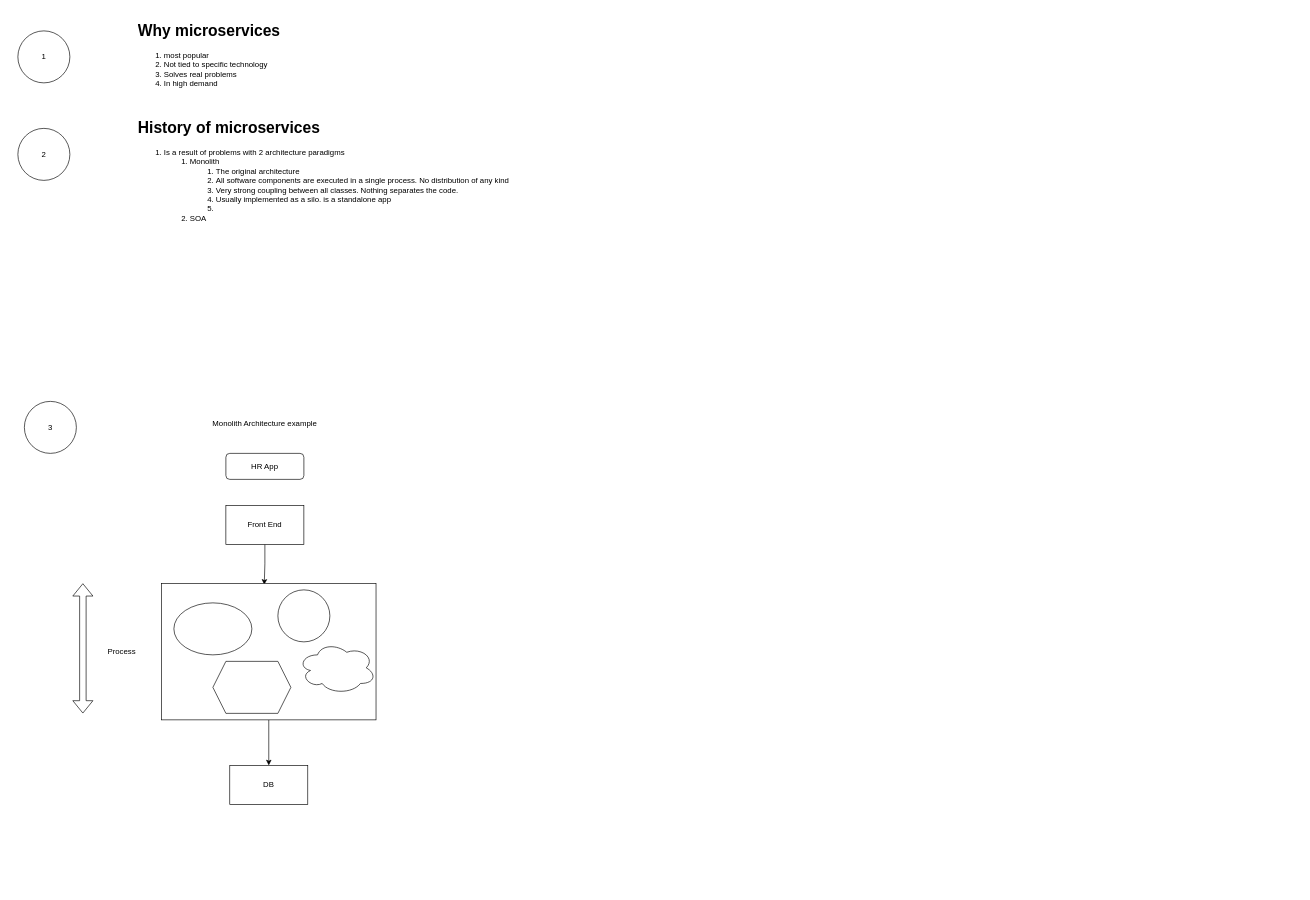
Before: Microservices.drawio in snair0410/devops-tutorial, a draw.io diagram. Source tidied: cells renumbered, new cells numbered last; positions are measured from the earlier drawing's top-left corner, leaving out a move shared by most shapes. Both pictures are drawn from the tidied source at 65%, with x=0, y=0 at pixel (18, 18).
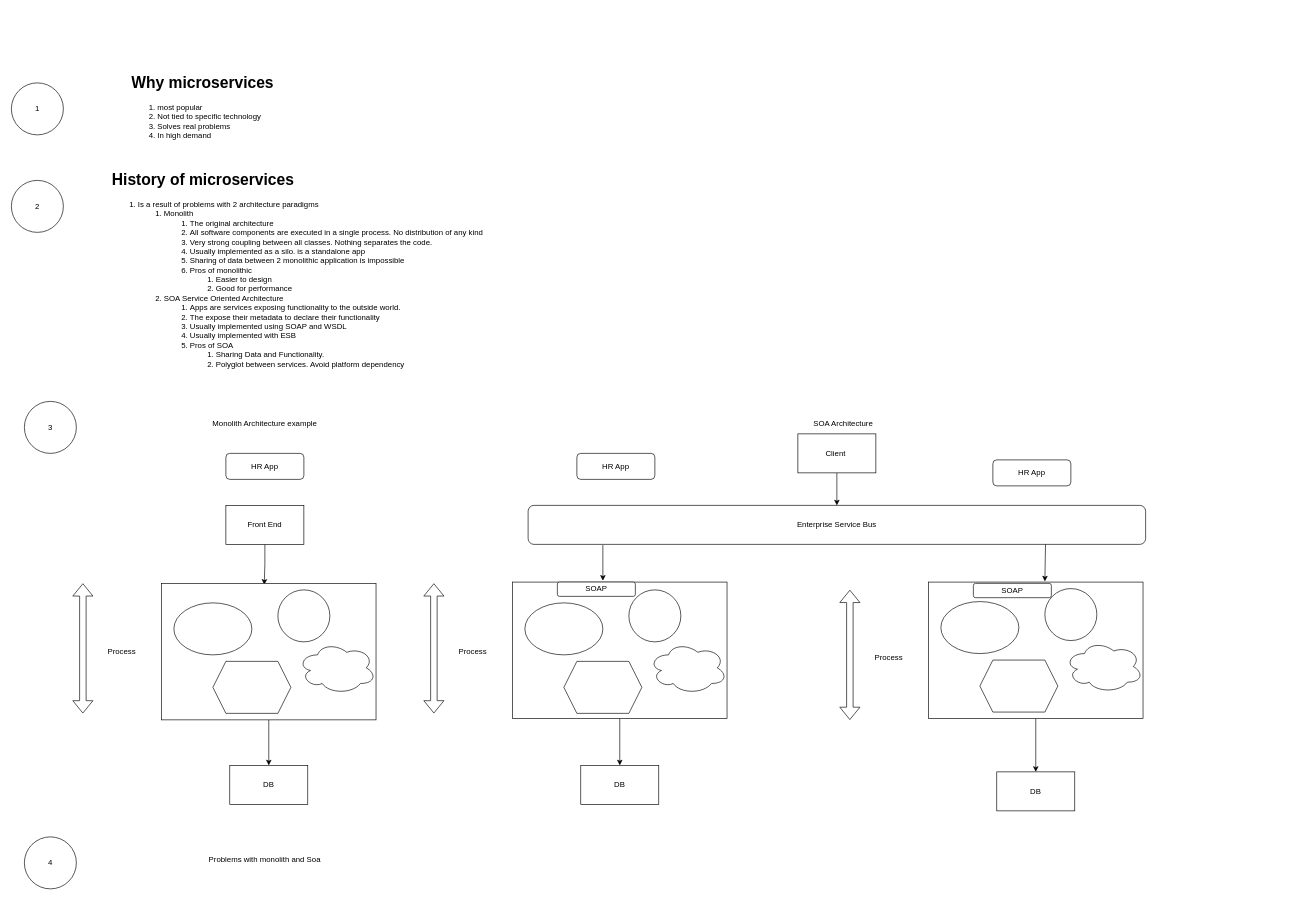
Above is the later version.

What changed in the source:
```diff
@@
     <mxCell id="2" value="&lt;h1&gt;Why microservices&lt;/h1&gt;&lt;div&gt;&lt;ol&gt;&lt;li&gt;most popular&lt;/li&gt;&lt;li&gt;Not tied to specific technology&lt;/li&gt;&lt;li&gt;Solves real problems&lt;/li&gt;&lt;li&gt;In high demand&lt;/li&gt;&lt;/ol&gt;&lt;/div&gt;" style="text;html=1;strokeColor=none;fillColor=none;spacing=5;spacingTop=-20;whiteSpace=wrap;overflow=hidden;rounded=0;" parent="1" vertex="1">
-      <mxGeometry x="180" width="1790" height="120" as="geometry" />
+      <mxGeometry x="170" y="80" width="1790" height="120" as="geometry" />
     </mxCell>
     <mxCell id="3" value="1" style="ellipse;whiteSpace=wrap;html=1;" parent="1" vertex="1">
-      <mxGeometry y="20" width="80" height="80" as="geometry" />
+      <mxGeometry x="-10" y="100" width="80" height="80" as="geometry" />
     </mxCell>
-    <mxCell id="4" value="&lt;h1&gt;History of microservices&lt;/h1&gt;&lt;div&gt;&lt;ol&gt;&lt;li&gt;Is a result of problems with 2 architecture paradigms&lt;/li&gt;&lt;ol&gt;&lt;li&gt;Monolith&lt;/li&gt;&lt;ol&gt;&lt;li&gt;The original architecture&lt;/li&gt;&lt;li&gt;All software components are executed in a single process. No distribution of any kind&lt;/li&gt;&lt;li&gt;Very strong coupling between all classes. Nothing separates the code.&lt;/li&gt;&lt;li&gt;Usually implemented as a silo. is a standalone app&lt;/li&gt;&lt;li&gt;&lt;br&gt;&lt;/li&gt;&lt;/ol&gt;&lt;li&gt;SOA&lt;/li&gt;&lt;/ol&gt;&lt;/ol&gt;&lt;/div&gt;" style="text;html=1;strokeColor=none;fillColor=none;spacing=5;spacingTop=-20;whiteSpace=wrap;overflow=hidden;rounded=0;" parent="1" vertex="1">
-      <mxGeometry x="180" y="150" width="1790" height="190" as="geometry" />
+    <mxCell id="4" value="&lt;h1&gt;History of microservices&lt;/h1&gt;&lt;div&gt;&lt;ol&gt;&lt;li&gt;Is a result of problems with 2 architecture paradigms&lt;/li&gt;&lt;ol&gt;&lt;li&gt;Monolith&lt;/li&gt;&lt;ol&gt;&lt;li&gt;The original architecture&lt;/li&gt;&lt;li&gt;All software components are executed in a single process. No distribution of any kind&lt;/li&gt;&lt;li&gt;Very strong coupling between all classes. Nothing separates the code.&lt;/li&gt;&lt;li&gt;Usually implemented as a silo. is a standalone app&lt;/li&gt;&lt;li&gt;Sharing of data between 2 monolithic application is impossible&lt;/li&gt;&lt;li&gt;Pros of monolithic&lt;/li&gt;&lt;ol&gt;&lt;li&gt;Easier to design&lt;/li&gt;&lt;li&gt;Good for performance&amp;nbsp;&lt;/li&gt;&lt;/ol&gt;&lt;/ol&gt;&lt;li&gt;SOA Service Oriented Architecture&lt;/li&gt;&lt;ol&gt;&lt;li&gt;Apps are services exposing functionality to the outside world.&amp;nbsp;&lt;/li&gt;&lt;li&gt;The expose their metadata to declare their functionality&lt;/li&gt;&lt;li&gt;Usually implemented using SOAP and WSDL&lt;/li&gt;&lt;li&gt;Usually implemented with ESB&lt;/li&gt;&lt;li&gt;Pros of SOA&lt;/li&gt;&lt;ol&gt;&lt;li&gt;Sharing Data and Functionality.&lt;/li&gt;&lt;li&gt;Polyglot between services. Avoid platform dependency&lt;/li&gt;&lt;/ol&gt;&lt;/ol&gt;&lt;/ol&gt;&lt;/ol&gt;&lt;/div&gt;" style="text;html=1;strokeColor=none;fillColor=none;spacing=5;spacingTop=-20;whiteSpace=wrap;overflow=hidden;rounded=0;" parent="1" vertex="1">
+      <mxGeometry x="140" y="230" width="1820" height="320" as="geometry" />
     </mxCell>
     <mxCell id="5" value="2" style="ellipse;whiteSpace=wrap;html=1;" parent="1" vertex="1">
-      <mxGeometry y="170" width="80" height="80" as="geometry" />
+      <mxGeometry x="-10" y="250" width="80" height="80" as="geometry" />
     </mxCell>
@@
+    <mxCell id="20" value="SOA Architecture" style="text;html=1;strokeColor=none;fillColor=none;align=center;verticalAlign=middle;whiteSpace=wrap;rounded=0;" parent="1" vertex="1">
+      <mxGeometry x="1070" y="610" width="400" height="30" as="geometry" />
+    </mxCell>
+    <mxCell id="21" value="HR App" style="rounded=1;whiteSpace=wrap;html=1;" parent="1" vertex="1">
+      <mxGeometry x="860" y="670" width="120" height="40" as="geometry" />
+    </mxCell>
+    <mxCell id="22" style="edgeStyle=orthogonalEdgeStyle;rounded=0;jettySize=auto;html=1;" parent="1" edge="1" source="23" target="28">
+      <mxGeometry relative="1" as="geometry" />
+    </mxCell>
+    <mxCell id="23" style="rounded=0;whiteSpace=wrap;html=1;" parent="1" vertex="1">
+      <mxGeometry x="761" y="868" width="330" height="210" as="geometry" />
+    </mxCell>
+    <mxCell id="24" style="ellipse;whiteSpace=wrap;html=1;" parent="1" vertex="1">
+      <mxGeometry x="780" y="900" width="120" height="80" as="geometry" />
+    </mxCell>
+    <mxCell id="25" style="ellipse;whiteSpace=wrap;html=1;" parent="1" vertex="1">
+      <mxGeometry x="940" y="880" width="80" height="80" as="geometry" />
+    </mxCell>
+    <mxCell id="26" style="shape=hexagon;perimeter=hexagonPerimeter2;whiteSpace=wrap;html=1;fixedSize=1;" parent="1" vertex="1">
+      <mxGeometry x="840" y="990" width="120" height="80" as="geometry" />
+    </mxCell>
+    <mxCell id="27" style="ellipse;shape=cloud;whiteSpace=wrap;html=1;" parent="1" vertex="1">
+      <mxGeometry x="971" y="960" width="120" height="80" as="geometry" />
+    </mxCell>
+    <mxCell id="28" value="DB" style="rounded=0;whiteSpace=wrap;html=1;" parent="1" vertex="1">
+      <mxGeometry x="866" y="1150" width="120" height="60" as="geometry" />
+    </mxCell>
+    <mxCell id="29" style="shape=flexArrow;endArrow=classic;startArrow=classic;html=1;rounded=0;" parent="1" edge="1">
+      <mxGeometry relative="1" as="geometry">
+        <mxPoint x="640" y="1070" as="sourcePoint" />
+        <mxPoint x="640" y="870" as="targetPoint" />
+      </mxGeometry>
+    </mxCell>
+    <mxCell id="30" value="Process" style="text;html=1;strokeColor=none;fillColor=none;align=center;verticalAlign=middle;whiteSpace=wrap;rounded=0;" parent="1" vertex="1">
+      <mxGeometry x="670" y="960" width="60" height="30" as="geometry" />
+    </mxCell>
+    <mxCell id="31" value="HR App" style="rounded=1;whiteSpace=wrap;html=1;" parent="1" vertex="1">
+      <mxGeometry x="1500" y="680" width="120" height="40" as="geometry" />
+    </mxCell>
+    <mxCell id="32" style="edgeStyle=orthogonalEdgeStyle;rounded=0;jettySize=auto;html=1;" parent="1" edge="1" source="33" target="43">
+      <mxGeometry relative="1" as="geometry" />
+    </mxCell>
+    <mxCell id="33" value="Client&amp;nbsp;" style="rounded=0;whiteSpace=wrap;html=1;" parent="1" vertex="1">
+      <mxGeometry x="1200" y="640" width="120" height="60" as="geometry" />
+    </mxCell>
+    <mxCell id="34" style="edgeStyle=orthogonalEdgeStyle;rounded=0;jettySize=auto;html=1;" parent="1" edge="1" source="35" target="40">
+      <mxGeometry relative="1" as="geometry" />
+    </mxCell>
+    <mxCell id="35" style="rounded=0;whiteSpace=wrap;html=1;" parent="1" vertex="1">
+      <mxGeometry x="1401" y="868" width="330" height="210" as="geometry" />
+    </mxCell>
+    <mxCell id="36" style="ellipse;whiteSpace=wrap;html=1;" parent="1" vertex="1">
+      <mxGeometry x="1420" y="898" width="120" height="80" as="geometry" />
+    </mxCell>
+    <mxCell id="37" style="ellipse;whiteSpace=wrap;html=1;" parent="1" vertex="1">
+      <mxGeometry x="1580" y="878" width="80" height="80" as="geometry" />
+    </mxCell>
+    <mxCell id="38" style="shape=hexagon;perimeter=hexagonPerimeter2;whiteSpace=wrap;html=1;fixedSize=1;" parent="1" vertex="1">
+      <mxGeometry x="1480" y="988" width="120" height="80" as="geometry" />
+    </mxCell>
+    <mxCell id="39" style="ellipse;shape=cloud;whiteSpace=wrap;html=1;" parent="1" vertex="1">
+      <mxGeometry x="1611" y="958" width="120" height="80" as="geometry" />
+    </mxCell>
+    <mxCell id="40" value="DB" style="rounded=0;whiteSpace=wrap;html=1;" parent="1" vertex="1">
+      <mxGeometry x="1506" y="1160" width="120" height="60" as="geometry" />
+    </mxCell>
+    <mxCell id="41" style="shape=flexArrow;endArrow=classic;startArrow=classic;html=1;rounded=0;" parent="1" edge="1">
+      <mxGeometry relative="1" as="geometry">
+        <mxPoint x="1280" y="1080" as="sourcePoint" />
+        <mxPoint x="1280" y="880" as="targetPoint" />
+      </mxGeometry>
+    </mxCell>
+    <mxCell id="42" value="Process" style="text;html=1;strokeColor=none;fillColor=none;align=center;verticalAlign=middle;whiteSpace=wrap;rounded=0;" parent="1" vertex="1">
+      <mxGeometry x="1310" y="970" width="60" height="30" as="geometry" />
+    </mxCell>
+    <mxCell id="43" value="Enterprise Service Bus" style="rounded=1;whiteSpace=wrap;html=1;" parent="1" vertex="1">
+      <mxGeometry x="785" y="750" width="950" height="60" as="geometry" />
+    </mxCell>
+    <mxCell id="44" style="endArrow=classic;html=1;rounded=0;entryX=0.412;entryY=-0.01;entryDx=0;entryDy=0;entryPerimeter=0;" parent="1" edge="1">
+      <mxGeometry relative="1" as="geometry">
+        <mxPoint x="900" y="811" as="sourcePoint" />
+        <mxPoint x="900" y="865.9" as="targetPoint" />
+      </mxGeometry>
+    </mxCell>
+    <mxCell id="45" style="endArrow=classic;html=1;rounded=0;exitX=0.124;exitY=1.017;exitDx=0;exitDy=0;exitPerimeter=0;entryX=0.412;entryY=-0.01;entryDx=0;entryDy=0;entryPerimeter=0;" parent="1" edge="1">
+      <mxGeometry relative="1" as="geometry">
+        <mxPoint x="1581" y="810" as="sourcePoint" />
+        <mxPoint x="1580" y="867" as="targetPoint" />
+      </mxGeometry>
+    </mxCell>
+    <mxCell id="46" value="SOAP" style="rounded=1;whiteSpace=wrap;html=1;" parent="1" vertex="1">
+      <mxGeometry x="830" y="868" width="120" height="22" as="geometry" />
+    </mxCell>
+    <mxCell id="47" value="SOAP" style="rounded=1;whiteSpace=wrap;html=1;" parent="1" vertex="1">
+      <mxGeometry x="1470" y="870" width="120" height="22" as="geometry" />
+    </mxCell>
+    <mxCell id="48" value="4" style="ellipse;whiteSpace=wrap;html=1;" parent="1" vertex="1">
+      <mxGeometry x="10" y="1260" width="80" height="80" as="geometry" />
+    </mxCell>
+    <mxCell id="49" value="Problems with monolith and Soa" style="text;html=1;strokeColor=none;fillColor=none;align=center;verticalAlign=middle;whiteSpace=wrap;rounded=0;" parent="1" vertex="1">
+      <mxGeometry x="180" y="1280" width="400" height="30" as="geometry" />
+    </mxCell>
```
